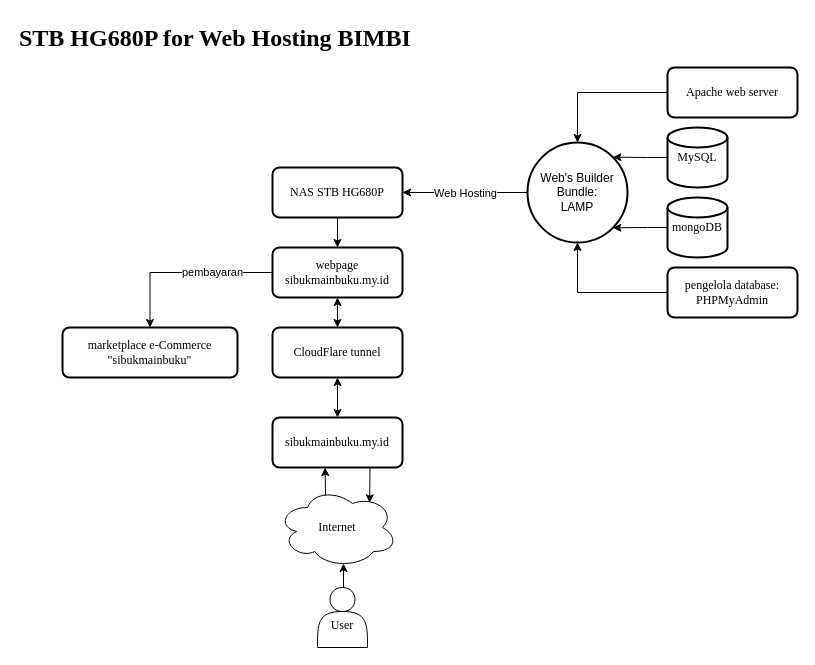
Earlier version of the draw.io diagram page "Webhost" (6 of 8) of Chart on Search Query.drawio (troders34/research). Source tidied: cells renumbered, new cells numbered last; positions are measured from the earlier drawing's top-left corner, leaving out a move shared by most shapes. Both pictures are drawn from the tidied source at 100%, with x=0, y=0 at pixel (17, 17).
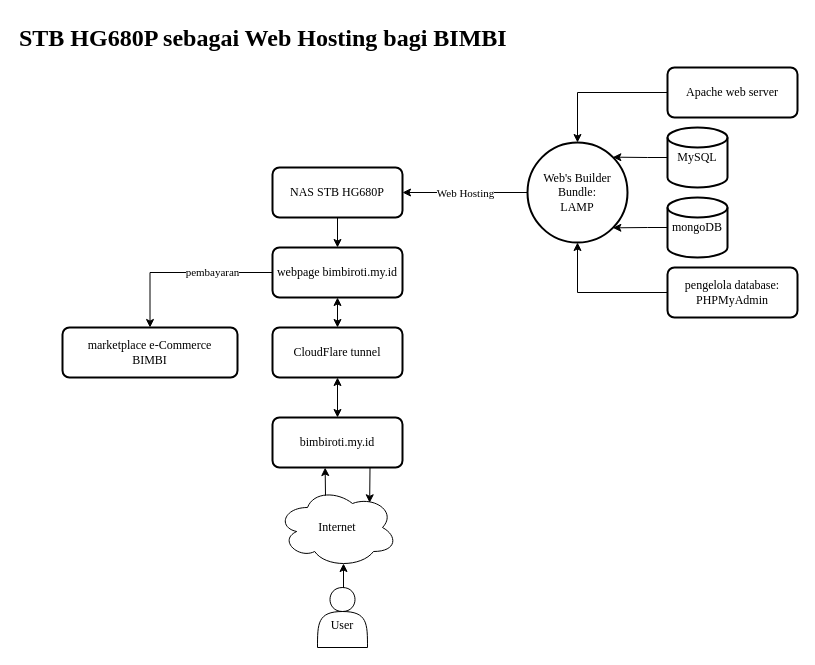
The same page after the edit.

The change refers to these unchanged cells:
```xml
<mxCell id="3" value="NAS STB HG680P" style="rounded=1;whiteSpace=wrap;html=1;absoluteArcSize=1;arcSize=14;strokeWidth=2;fontFamily=Times New Roman;" parent="1" vertex="1">
  <mxGeometry x="255" y="150" width="130" height="50" as="geometry" />
</mxCell>
<mxCell id="5" value="Internet" style="ellipse;shape=cloud;whiteSpace=wrap;html=1;fontFamily=Times New Roman;" parent="1" vertex="1">
  <mxGeometry x="260" y="470" width="120" height="80" as="geometry" />
</mxCell>
<mxCell id="8" value="&lt;div&gt;&lt;br&gt;&lt;/div&gt;&lt;div&gt;User&lt;/div&gt;" style="shape=actor;whiteSpace=wrap;html=1;fontFamily=Times New Roman;" parent="1" vertex="1">
  <mxGeometry x="300" y="570" width="50" height="60" as="geometry" />
</mxCell>
<mxCell id="12" value="Apache web server" style="rounded=1;whiteSpace=wrap;html=1;absoluteArcSize=1;arcSize=14;strokeWidth=2;fontFamily=Times New Roman;" parent="1" vertex="1">
  <mxGeometry x="650" y="50" width="130" height="50" as="geometry" />
</mxCell>
<mxCell id="14" value="&lt;div&gt;pengelola database:&lt;/div&gt;PHPMyAdmin" style="rounded=1;whiteSpace=wrap;html=1;absoluteArcSize=1;arcSize=14;strokeWidth=2;fontFamily=Times New Roman;" parent="1" vertex="1">
  <mxGeometry x="650" y="250" width="130" height="50" as="geometry" />
</mxCell>
<mxCell id="17" value="CloudFlare tunnel" style="rounded=1;whiteSpace=wrap;html=1;absoluteArcSize=1;arcSize=14;strokeWidth=2;fontFamily=Times New Roman;" parent="1" vertex="1">
  <mxGeometry x="255" y="310" width="130" height="50" as="geometry" />
</mxCell>
<mxCell id="19" value="MySQL" style="strokeWidth=2;html=1;shape=mxgraph.flowchart.database;whiteSpace=wrap;fontFamily=Times New Roman;" parent="1" vertex="1">
  <mxGeometry x="650" y="110" width="60" height="60" as="geometry" />
</mxCell>
<mxCell id="24" value="mongoDB" style="strokeWidth=2;html=1;shape=mxgraph.flowchart.database;whiteSpace=wrap;fontFamily=Times New Roman;" parent="1" vertex="1">
  <mxGeometry x="650" y="180" width="60" height="60" as="geometry" />
</mxCell>
```

What changed in the source:
```diff
@@
-    <mxCell id="2" style="edgeStyle=orthogonalEdgeStyle;rounded=0;jettySize=auto;html=1;exitX=0.5;exitY=1;exitDx=0;exitDy=0;entryX=0.5;entryY=0;entryDx=0;entryDy=0;" parent="1" edge="1" source="3" target="27">
+    <mxCell id="2" style="edgeStyle=orthogonalEdgeStyle;rounded=0;jettySize=auto;html=1;exitX=0.5;exitY=1;exitDx=0;exitDy=0;entryX=0.5;entryY=0;entryDx=0;entryDy=0;fontFamily=Times New Roman;" parent="1" edge="1" source="3" target="27">
       <mxGeometry relative="1" as="geometry" />
     </mxCell>
@@
-    <mxCell id="4" value="&lt;div&gt;sibukmainbuku.my.id&lt;/div&gt;" style="rounded=1;whiteSpace=wrap;html=1;absoluteArcSize=1;arcSize=14;strokeWidth=2;fontFamily=Times New Roman;" parent="1" vertex="1">
+    <mxCell id="4" value="&lt;div&gt;bimbiroti.my.id&lt;/div&gt;" style="rounded=1;whiteSpace=wrap;html=1;absoluteArcSize=1;arcSize=14;strokeWidth=2;fontFamily=Times New Roman;" parent="1" vertex="1">
       <mxGeometry x="255" y="400" width="130" height="50" as="geometry" />
     </mxCell>
@@
-    <mxCell id="9" value="marketplace e-Commerce&lt;div&gt;&quot;sibukmainbuku&quot;&lt;/div&gt;" style="rounded=1;whiteSpace=wrap;html=1;absoluteArcSize=1;arcSize=14;strokeWidth=2;fontFamily=Times New Roman;" parent="1" vertex="1">
+    <mxCell id="9" value="marketplace e-Commerce&lt;div&gt;BIMBI&lt;/div&gt;" style="rounded=1;whiteSpace=wrap;html=1;absoluteArcSize=1;arcSize=14;strokeWidth=2;fontFamily=Times New Roman;" parent="1" vertex="1">
       <mxGeometry x="45" y="310" width="175" height="50" as="geometry" />
     </mxCell>
-    <mxCell id="10" value="&lt;h1 style=&quot;margin-top: 0px;&quot;&gt;STB HG680P for Web Hosting BIMBI&lt;/h1&gt;" style="text;html=1;whiteSpace=wrap;overflow=hidden;rounded=0;fontFamily=Times New Roman;" parent="1" vertex="1">
+    <mxCell id="10" value="&lt;h1 style=&quot;margin-top: 0px;&quot;&gt;STB HG680P sebagai Web Hosting bagi BIMBI&lt;/h1&gt;" style="text;html=1;whiteSpace=wrap;overflow=hidden;rounded=0;fontFamily=Times New Roman;" parent="1" vertex="1">
       <mxGeometry width="660" height="40" as="geometry" />
     </mxCell>
-    <mxCell id="11" style="edgeStyle=orthogonalEdgeStyle;rounded=0;jettySize=auto;html=1;exitX=0;exitY=0.5;exitDx=0;exitDy=0;entryX=0.5;entryY=0;entryDx=0;entryDy=0;" parent="1" edge="1" source="12" target="22">
+    <mxCell id="11" style="edgeStyle=orthogonalEdgeStyle;rounded=0;jettySize=auto;html=1;exitX=0;exitY=0.5;exitDx=0;exitDy=0;entryX=0.5;entryY=0;entryDx=0;entryDy=0;fontFamily=Times New Roman;" parent="1" edge="1" source="12" target="22">
       <mxGeometry relative="1" as="geometry" />
     </mxCell>
@@
-    <mxCell id="13" style="edgeStyle=orthogonalEdgeStyle;rounded=0;jettySize=auto;html=1;exitX=0;exitY=0.5;exitDx=0;exitDy=0;entryX=0.5;entryY=1;entryDx=0;entryDy=0;" parent="1" edge="1" source="14" target="22">
+    <mxCell id="13" style="edgeStyle=orthogonalEdgeStyle;rounded=0;jettySize=auto;html=1;exitX=0;exitY=0.5;exitDx=0;exitDy=0;entryX=0.5;entryY=1;entryDx=0;entryDy=0;fontFamily=Times New Roman;" parent="1" edge="1" source="14" target="22">
       <mxGeometry relative="1" as="geometry" />
     </mxCell>
@@
-    <mxCell id="16" style="edgeStyle=orthogonalEdgeStyle;rounded=0;jettySize=auto;html=1;exitX=0.5;exitY=0;exitDx=0;exitDy=0;entryX=0.5;entryY=1;entryDx=0;entryDy=0;startArrow=classic;startFill=1;" parent="1" edge="1" source="17" target="27">
+    <mxCell id="16" style="edgeStyle=orthogonalEdgeStyle;rounded=0;jettySize=auto;html=1;exitX=0.5;exitY=0;exitDx=0;exitDy=0;entryX=0.5;entryY=1;entryDx=0;entryDy=0;startArrow=classic;startFill=1;fontFamily=Times New Roman;" parent="1" edge="1" source="17" target="27">
       <mxGeometry relative="1" as="geometry" />
     </mxCell>
@@
-    <mxCell id="18" style="edgeStyle=orthogonalEdgeStyle;rounded=0;jettySize=auto;html=1;exitX=0;exitY=0.5;exitDx=0;exitDy=0;exitPerimeter=0;entryX=1;entryY=0;entryDx=0;entryDy=0;" parent="1" edge="1" source="19" target="22">
+    <mxCell id="18" style="edgeStyle=orthogonalEdgeStyle;rounded=0;jettySize=auto;html=1;exitX=0;exitY=0.5;exitDx=0;exitDy=0;exitPerimeter=0;entryX=1;entryY=0;entryDx=0;entryDy=0;fontFamily=Times New Roman;" parent="1" edge="1" source="19" target="22">
       <mxGeometry relative="1" as="geometry" />
     </mxCell>
@@
-    <mxCell id="20" style="edgeStyle=orthogonalEdgeStyle;rounded=0;jettySize=auto;html=1;exitX=0;exitY=0.5;exitDx=0;exitDy=0;entryX=1;entryY=0.5;entryDx=0;entryDy=0;" parent="1" edge="1" source="22" target="3">
+    <mxCell id="20" style="edgeStyle=orthogonalEdgeStyle;rounded=0;jettySize=auto;html=1;exitX=0;exitY=0.5;exitDx=0;exitDy=0;entryX=1;entryY=0.5;entryDx=0;entryDy=0;fontFamily=Times New Roman;" parent="1" edge="1" source="22" target="3">
       <mxGeometry relative="1" as="geometry" />
     </mxCell>
-    <mxCell id="21" value="Web Hosting" style="edgeLabel;html=1;align=center;verticalAlign=middle;" parent="20" vertex="1">
+    <mxCell id="21" value="Web Hosting" style="edgeLabel;html=1;align=center;verticalAlign=middle;fontFamily=Times New Roman;" parent="20" vertex="1">
       <mxGeometry relative="1" as="geometry" />
     </mxCell>
-    <mxCell id="22" value="&lt;div&gt;Web's Builder Bundle:&lt;/div&gt;LAMP" style="ellipse;whiteSpace=wrap;html=1;strokeWidth=2;" parent="1" vertex="1">
+    <mxCell id="22" value="&lt;div&gt;Web's Builder Bundle:&lt;/div&gt;LAMP" style="ellipse;whiteSpace=wrap;html=1;strokeWidth=2;fontFamily=Times New Roman;" parent="1" vertex="1">
       <mxGeometry x="510" y="125" width="100" height="100" as="geometry" />
     </mxCell>
-    <mxCell id="23" style="edgeStyle=orthogonalEdgeStyle;rounded=0;jettySize=auto;html=1;exitX=0;exitY=0.5;exitDx=0;exitDy=0;exitPerimeter=0;entryX=1;entryY=1;entryDx=0;entryDy=0;" parent="1" edge="1" source="24" target="22">
+    <mxCell id="23" style="edgeStyle=orthogonalEdgeStyle;rounded=0;jettySize=auto;html=1;exitX=0;exitY=0.5;exitDx=0;exitDy=0;exitPerimeter=0;entryX=1;entryY=1;entryDx=0;entryDy=0;fontFamily=Times New Roman;" parent="1" edge="1" source="24" target="22">
       <mxGeometry relative="1" as="geometry" />
     </mxCell>
@@
-    <mxCell id="25" style="edgeStyle=orthogonalEdgeStyle;rounded=0;jettySize=auto;html=1;exitX=0;exitY=0.5;exitDx=0;exitDy=0;entryX=0.5;entryY=0;entryDx=0;entryDy=0;" parent="1" edge="1" source="27" target="9">
+    <mxCell id="25" style="edgeStyle=orthogonalEdgeStyle;rounded=0;jettySize=auto;html=1;exitX=0;exitY=0.5;exitDx=0;exitDy=0;entryX=0.5;entryY=0;entryDx=0;entryDy=0;fontFamily=Times New Roman;" parent="1" edge="1" source="27" target="9">
       <mxGeometry relative="1" as="geometry" />
     </mxCell>
-    <mxCell id="26" value="pembayaran" style="edgeLabel;html=1;align=center;verticalAlign=middle;" parent="25" vertex="1">
+    <mxCell id="26" value="pembayaran" style="edgeLabel;html=1;align=center;verticalAlign=middle;fontFamily=Times New Roman;" parent="25" vertex="1">
       <mxGeometry x="-0.31" y="-1" relative="1" as="geometry" />
     </mxCell>
-    <mxCell id="27" value="webpage sibukmainbuku.my.id" style="rounded=1;whiteSpace=wrap;html=1;absoluteArcSize=1;arcSize=14;strokeWidth=2;fontFamily=Times New Roman;" parent="1" vertex="1">
+    <mxCell id="27" value="webpage bimbiroti.my.id" style="rounded=1;whiteSpace=wrap;html=1;absoluteArcSize=1;arcSize=14;strokeWidth=2;fontFamily=Times New Roman;" parent="1" vertex="1">
       <mxGeometry x="255" y="230" width="130" height="50" as="geometry" />
     </mxCell>
-    <mxCell id="28" style="edgeStyle=orthogonalEdgeStyle;rounded=0;jettySize=auto;html=1;exitX=0.5;exitY=0;exitDx=0;exitDy=0;entryX=0.55;entryY=0.95;entryDx=0;entryDy=0;entryPerimeter=0;" parent="1" edge="1" source="8" target="5">
+    <mxCell id="28" style="edgeStyle=orthogonalEdgeStyle;rounded=0;jettySize=auto;html=1;exitX=0.5;exitY=0;exitDx=0;exitDy=0;entryX=0.55;entryY=0.95;entryDx=0;entryDy=0;entryPerimeter=0;fontFamily=Times New Roman;" parent="1" edge="1" source="8" target="5">
       <mxGeometry relative="1" as="geometry" />
     </mxCell>
```
